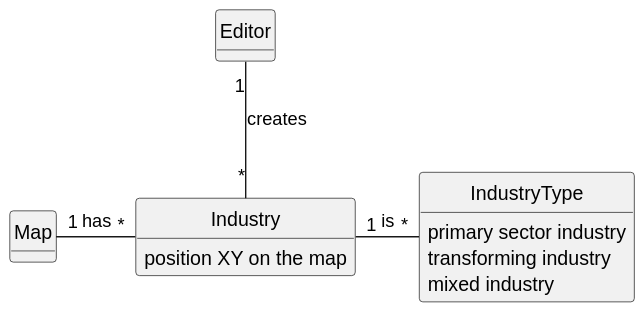
The PlantUML diagram docs/sprint1/us002/02.analysis/svg/us002-domain-model.svg in ivasduarte/all-aboard, before a commit.
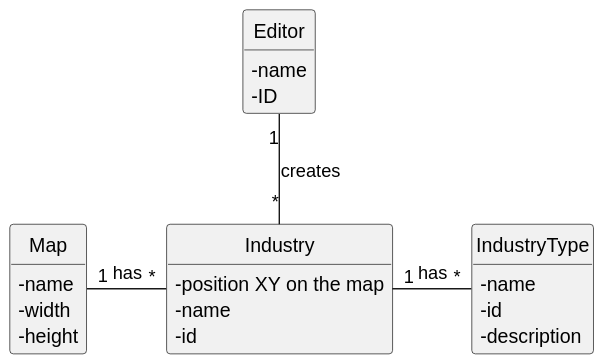
The same file after the commit.

Commit message:
US02(docs): general update on the domain model

Diff of the diagram source:
```diff
@@ -11,22 +11,29 @@
 
 
 class Map {
+    - name
+    - width
+    - height
 }
 
 class Industry {
-    position XY on the map
+    - position XY on the map
+    - name
+    - id
 }
 
 class Editor {
+    - name
+    - ID
 }
 
 class IndustryType {
-    primary sector industry
-    transforming industry
-    mixed industry
+    - name
+    - id
+    - description
 }
 
 Map "1" - "*" Industry : has
 Editor "1" -- "*" Industry : creates
-Industry "1" - "*" IndustryType : is
+Industry "1" - "*" IndustryType : has
 @enduml
```
